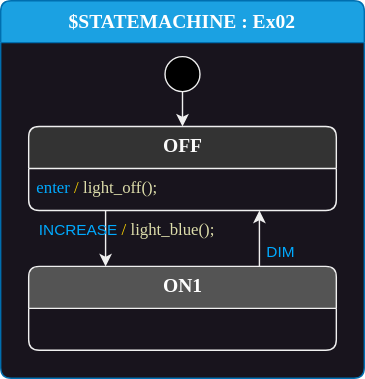
This is docs/fundamentals-1/Ex02.drawio.svg from StateSmith/statesmith.github.io, a draw.io export, as it was before one commit. Source tidied: cells renumbered, new cells last; positions are measured from the earlier drawing's top-left corner, leaving out a move shared by most shapes. Its diagram source:
```xml
<mxGraphModel>
  <root>
    <mxCell id="0" />
    <mxCell id="1" parent="0" />
    <mxCell id="2" value="$STATEMACHINE : Ex02" style="shape=swimlane;align=center;verticalAlign=top;fontFamily=Lucida Console;startSize=30;fontSize=14;fontStyle=1;swimlaneFillColor=#18141d;rounded=1;arcSize=15;absoluteArcSize=1;fillColor=#1ba1e2;fontColor=#ffffff;strokeColor=#006EAF;" parent="1" vertex="1">
      <mxGeometry width="260" height="270" as="geometry" />
    </mxCell>
    <mxCell id="3" value=" " style="fontFamily=Lucida Console;align=left;verticalAlign=top;fillColor=none;gradientColor=none;strokeColor=none;rounded=0;spacingLeft=4;" parent="2" vertex="1">
      <mxGeometry y="30" width="30" height="20" as="geometry" />
    </mxCell>
    <mxCell id="4" style="edgeStyle=none;html=1;strokeColor=#F0F0F0;" parent="2" edge="1" source="5" target="6">
      <mxGeometry relative="1" as="geometry" />
    </mxCell>
    <mxCell id="5" value="$initial_state" style="shape=ellipse;fillColor=#000000;noLabel=1;strokeColor=#F0F0F0;" parent="2" vertex="1">
      <mxGeometry x="117.5" y="40" width="25" height="25" as="geometry" />
    </mxCell>
    <mxCell id="6" value="OFF" style="shape=swimlane;align=center;verticalAlign=top;fontFamily=Lucida Console;startSize=30;fontSize=14;fontStyle=1;swimlaneFillColor=#18141d;html=1;rounded=1;arcSize=15;absoluteArcSize=1;fillColor=#333333;fontColor=#FAFAFA;strokeColor=#F0F0F0;" parent="2" vertex="1">
      <mxGeometry x="20" y="90" width="220" height="60" as="geometry" />
    </mxCell>
    <mxCell id="7" value="&lt;font color=&quot;#00aaff&quot;&gt;enter &lt;/font&gt;&lt;font color=&quot;#ffd700&quot;&gt;/&lt;/font&gt; &lt;font color=&quot;#dcdcaa&quot;&gt;light_off();&lt;/font&gt;" style="fontFamily=Lucida Console;align=left;verticalAlign=top;fillColor=none;gradientColor=none;strokeColor=none;rounded=0;spacingLeft=4;html=1;" parent="6" vertex="1">
      <mxGeometry y="30" width="170" height="30" as="geometry" />
    </mxCell>
    <mxCell id="8" value="DIM" style="edgeStyle=none;html=1;exitX=0.75;exitY=0;exitDx=0;exitDy=0;fontColor=#00AAFF;entryX=0.75;entryY=1;entryDx=0;entryDy=0;strokeColor=#F0F0F0;labelBackgroundColor=#18141D;" parent="2" edge="1" source="9" target="6">
      <mxGeometry x="-0.49" y="-15" relative="1" as="geometry" />
    </mxCell>
    <mxCell id="9" value="ON1" style="shape=swimlane;align=center;verticalAlign=top;fontFamily=Lucida Console;startSize=30;fontSize=14;fontStyle=1;swimlaneFillColor=#18141d;html=1;rounded=1;arcSize=15;absoluteArcSize=1;fillColor=#545454;fontColor=#ffffff;strokeColor=#F0F0F0;" parent="2" vertex="1">
      <mxGeometry x="20" y="190" width="220" height="60" as="geometry" />
    </mxCell>
    <mxCell id="10" style="fontFamily=Lucida Console;align=left;verticalAlign=top;fillColor=none;gradientColor=none;strokeColor=none;rounded=0;spacingLeft=4;html=1;" parent="9" vertex="1">
      <mxGeometry y="30" width="50" height="44" as="geometry" />
    </mxCell>
    <mxCell id="11" value="INCREASE&lt;span style=&quot;color: rgb(240, 240, 240); font-family: &amp;quot;Lucida Console&amp;quot;; font-size: 12px; text-align: left;&quot;&gt;&amp;nbsp;&lt;/span&gt;&lt;font style=&quot;font-family: &amp;quot;Lucida Console&amp;quot;; font-size: 12px; text-align: left;&quot; color=&quot;#ffd700&quot;&gt;/&lt;/font&gt;&lt;span style=&quot;color: rgb(240, 240, 240); font-family: &amp;quot;Lucida Console&amp;quot;; font-size: 12px; text-align: left;&quot;&gt;&amp;nbsp;&lt;/span&gt;&lt;font style=&quot;font-family: &amp;quot;Lucida Console&amp;quot;; font-size: 12px; text-align: left;&quot; color=&quot;#dcdcaa&quot;&gt;light_blue();&lt;/font&gt;" style="edgeStyle=none;html=1;fontColor=#00AAFF;entryX=0.25;entryY=0;entryDx=0;entryDy=0;strokeColor=#F0F0F0;labelBackgroundColor=none;exitX=0.25;exitY=1;exitDx=0;exitDy=0;" parent="2" edge="1" source="6" target="9">
      <mxGeometry x="-0.3" y="15" relative="1" as="geometry" />
    </mxCell>
  </root>
</mxGraphModel>
```
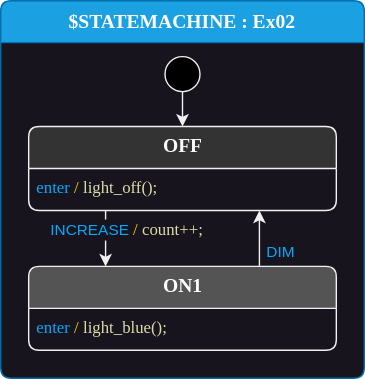
The same diagram one commit later.

Change to the diagram source:
```diff
@@ -26,10 +26,10 @@
     <mxCell id="9" value="ON1" style="shape=swimlane;align=center;verticalAlign=top;fontFamily=Lucida Console;startSize=30;fontSize=14;fontStyle=1;swimlaneFillColor=#18141d;html=1;rounded=1;arcSize=15;absoluteArcSize=1;fillColor=#545454;fontColor=#ffffff;strokeColor=#F0F0F0;" parent="2" vertex="1">
       <mxGeometry x="20" y="190" width="220" height="60" as="geometry" />
     </mxCell>
-    <mxCell id="10" style="fontFamily=Lucida Console;align=left;verticalAlign=top;fillColor=none;gradientColor=none;strokeColor=none;rounded=0;spacingLeft=4;html=1;" parent="9" vertex="1">
-      <mxGeometry y="30" width="50" height="44" as="geometry" />
+    <mxCell id="10" value="&lt;font style=&quot;border-color: var(--border-color);&quot; color=&quot;#00aaff&quot;&gt;enter&amp;nbsp;&lt;/font&gt;&lt;font style=&quot;border-color: var(--border-color);&quot; color=&quot;#ffd700&quot;&gt;/&lt;/font&gt;&amp;nbsp;&lt;font style=&quot;border-color: var(--border-color);&quot; color=&quot;#dcdcaa&quot;&gt;light_blue();&lt;/font&gt;" style="fontFamily=Lucida Console;align=left;verticalAlign=top;fillColor=none;gradientColor=none;strokeColor=none;rounded=0;spacingLeft=4;html=1;" parent="9" vertex="1">
+      <mxGeometry y="30" width="180" height="30" as="geometry" />
     </mxCell>
-    <mxCell id="11" value="INCREASE&lt;span style=&quot;color: rgb(240, 240, 240); font-family: &amp;quot;Lucida Console&amp;quot;; font-size: 12px; text-align: left;&quot;&gt;&amp;nbsp;&lt;/span&gt;&lt;font style=&quot;font-family: &amp;quot;Lucida Console&amp;quot;; font-size: 12px; text-align: left;&quot; color=&quot;#ffd700&quot;&gt;/&lt;/font&gt;&lt;span style=&quot;color: rgb(240, 240, 240); font-family: &amp;quot;Lucida Console&amp;quot;; font-size: 12px; text-align: left;&quot;&gt;&amp;nbsp;&lt;/span&gt;&lt;font style=&quot;font-family: &amp;quot;Lucida Console&amp;quot;; font-size: 12px; text-align: left;&quot; color=&quot;#dcdcaa&quot;&gt;light_blue();&lt;/font&gt;" style="edgeStyle=none;html=1;fontColor=#00AAFF;entryX=0.25;entryY=0;entryDx=0;entryDy=0;strokeColor=#F0F0F0;labelBackgroundColor=none;exitX=0.25;exitY=1;exitDx=0;exitDy=0;" parent="2" edge="1" source="6" target="9">
+    <mxCell id="11" value="INCREASE&lt;span style=&quot;color: rgb(240, 240, 240); font-family: &amp;quot;Lucida Console&amp;quot;; font-size: 12px; text-align: left;&quot;&gt;&amp;nbsp;&lt;/span&gt;&lt;font style=&quot;font-family: &amp;quot;Lucida Console&amp;quot;; font-size: 12px; text-align: left;&quot; color=&quot;#ffd700&quot;&gt;/&lt;/font&gt;&lt;span style=&quot;color: rgb(240, 240, 240); font-family: &amp;quot;Lucida Console&amp;quot;; font-size: 12px; text-align: left;&quot;&gt;&amp;nbsp;&lt;/span&gt;&lt;font style=&quot;font-family: &amp;quot;Lucida Console&amp;quot;; font-size: 12px; text-align: left;&quot; color=&quot;#dcdcaa&quot;&gt;count++;&lt;/font&gt;" style="edgeStyle=none;html=1;fontColor=#00AAFF;entryX=0.25;entryY=0;entryDx=0;entryDy=0;strokeColor=#F0F0F0;labelBackgroundColor=#18141D;exitX=0.25;exitY=1;exitDx=0;exitDy=0;" parent="2" edge="1" source="6" target="9">
       <mxGeometry x="-0.3" y="15" relative="1" as="geometry" />
     </mxCell>
   </root>
```
